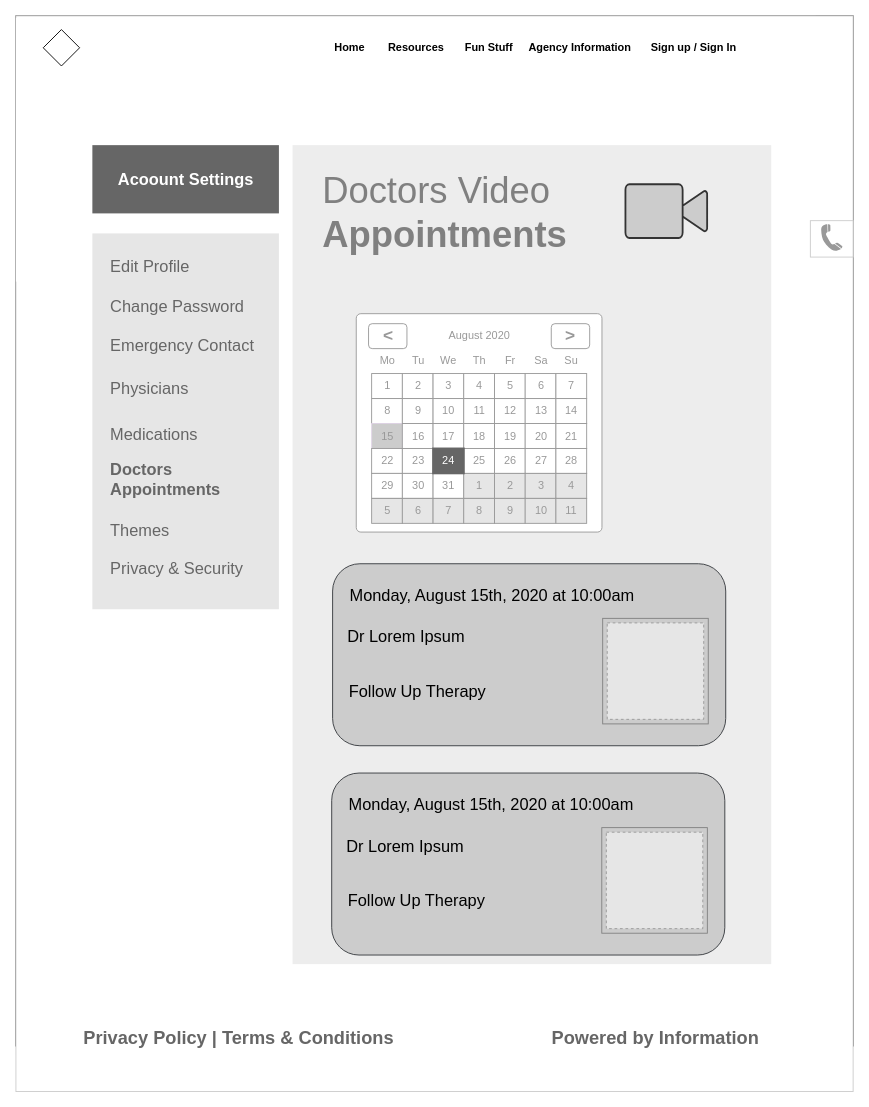
Above: page "Video-appointment-page" (4 of 4) of CreateAcct.drawio in opeyemi-jonah/Ace-challenge (draw.io), before the change. Source tidied: cells renumbered, new cells numbered last; positions are measured from the earlier drawing's top-left corner, leaving out a move shared by most shapes. Both pictures are drawn from the tidied source at 91%, with x=0, y=0 at pixel (15, 15). Pictures stored in the file or linked from it are replaced by grey dashed boxes.
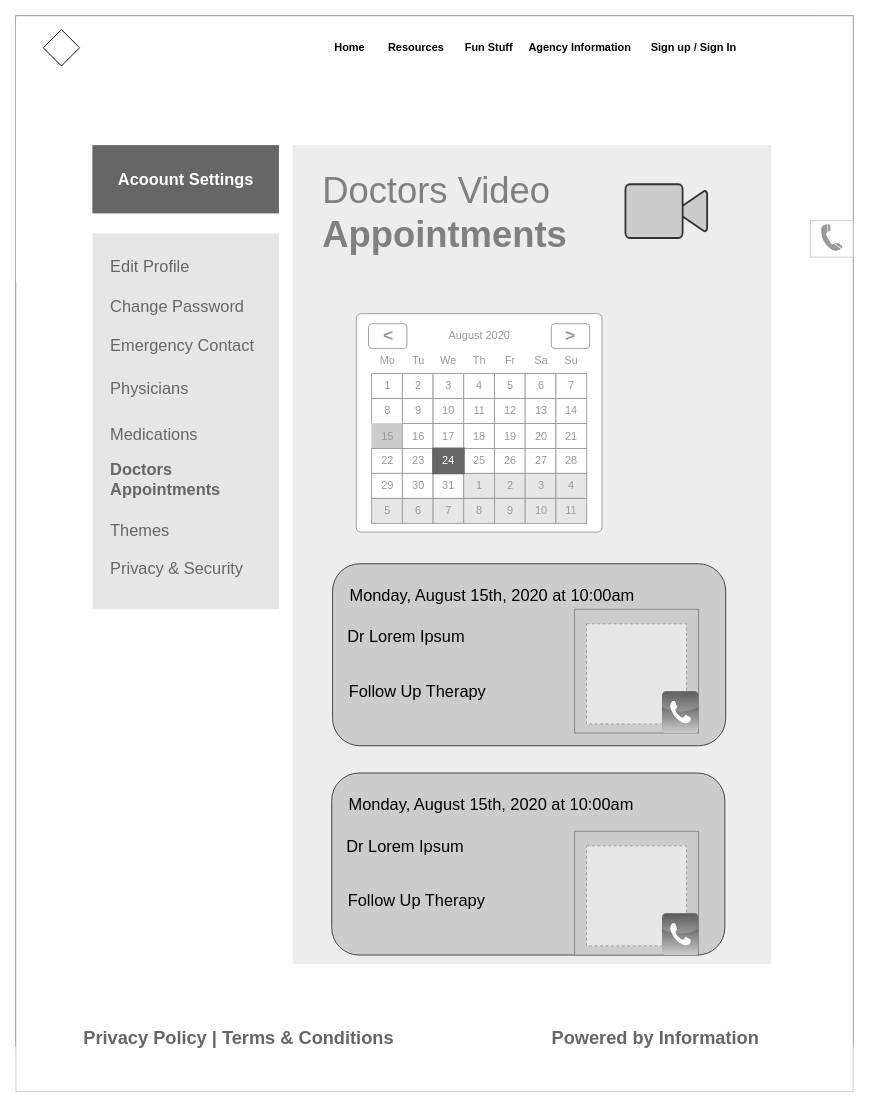
Above is the later version.

Commit message:
edited profile pic for doctor's video appointment

The edit, as a diff of the source:
```diff
@@
     <mxCell id="86" style="whiteSpace=wrap;html=1;strokeColor=#808080;fillColor=#CCCCCC;fontSize=17;fontColor=#FFFFFF;" parent="1" vertex="1">
-      <mxGeometry x="644.8" y="662" width="116" height="116" as="geometry" />
+      <mxGeometry x="614" y="652" width="136" height="136" as="geometry" />
     </mxCell>
@@
     <mxCell id="90" style="fillColor=#E6E6E6;strokeColor=#999999;dashed=1;html=1;verticalAlign=top;verticalLabelPosition=bottom;labelBackgroundColor=#ffffff;fontSize=17;fontColor=#FFFFFF;" parent="1" vertex="1">
-      <mxGeometry x="649.8" y="667" width="106" height="106" as="geometry" />
+      <mxGeometry x="627" y="668" width="110" height="110" as="geometry" />
     </mxCell>
@@
-    <mxCell id="92" style="whiteSpace=wrap;html=1;strokeColor=#808080;fillColor=#CCCCCC;fontSize=17;fontColor=#FFFFFF;" parent="1" vertex="1">
-      <mxGeometry x="643.8" y="892" width="116" height="116" as="geometry" />
-    </mxCell>
@@
-    <mxCell id="96" style="fillColor=#E6E6E6;strokeColor=#999999;dashed=1;html=1;verticalAlign=top;verticalLabelPosition=bottom;labelBackgroundColor=#ffffff;fontSize=17;fontColor=#FFFFFF;" parent="1" vertex="1">
-      <mxGeometry x="648.8" y="897" width="106" height="106" as="geometry" />
-    </mxCell>
@@
+    <mxCell id="98" style="dashed=0;html=1;align=center;labelPosition=center;verticalLabelPosition=bottom;verticalAlign=top;shape=mxgraph.webicons.phone;strokeColor=#333333;fontSize=17;fontColor=#FFFFFF;fillColor=#333333;gradientColor=#CCCCCC;" parent="1" vertex="1">
+      <mxGeometry x="710" y="742" width="40" height="46" as="geometry" />
+    </mxCell>
+    <mxCell id="99" style="whiteSpace=wrap;html=1;strokeColor=#808080;fillColor=#CCCCCC;fontSize=17;fontColor=#FFFFFF;" parent="1" vertex="1">
+      <mxGeometry x="614" y="896" width="136" height="136" as="geometry" />
+    </mxCell>
+    <mxCell id="100" style="fillColor=#E6E6E6;strokeColor=#999999;dashed=1;html=1;verticalAlign=top;verticalLabelPosition=bottom;labelBackgroundColor=#ffffff;fontSize=17;fontColor=#FFFFFF;" parent="1" vertex="1">
+      <mxGeometry x="627" y="912" width="110" height="110" as="geometry" />
+    </mxCell>
+    <mxCell id="101" style="dashed=0;html=1;align=center;labelPosition=center;verticalLabelPosition=bottom;verticalAlign=top;shape=mxgraph.webicons.phone;strokeColor=#333333;fontSize=17;fontColor=#FFFFFF;fillColor=#333333;gradientColor=#CCCCCC;" parent="1" vertex="1">
+      <mxGeometry x="710" y="986" width="40" height="46" as="geometry" />
+    </mxCell>
```
